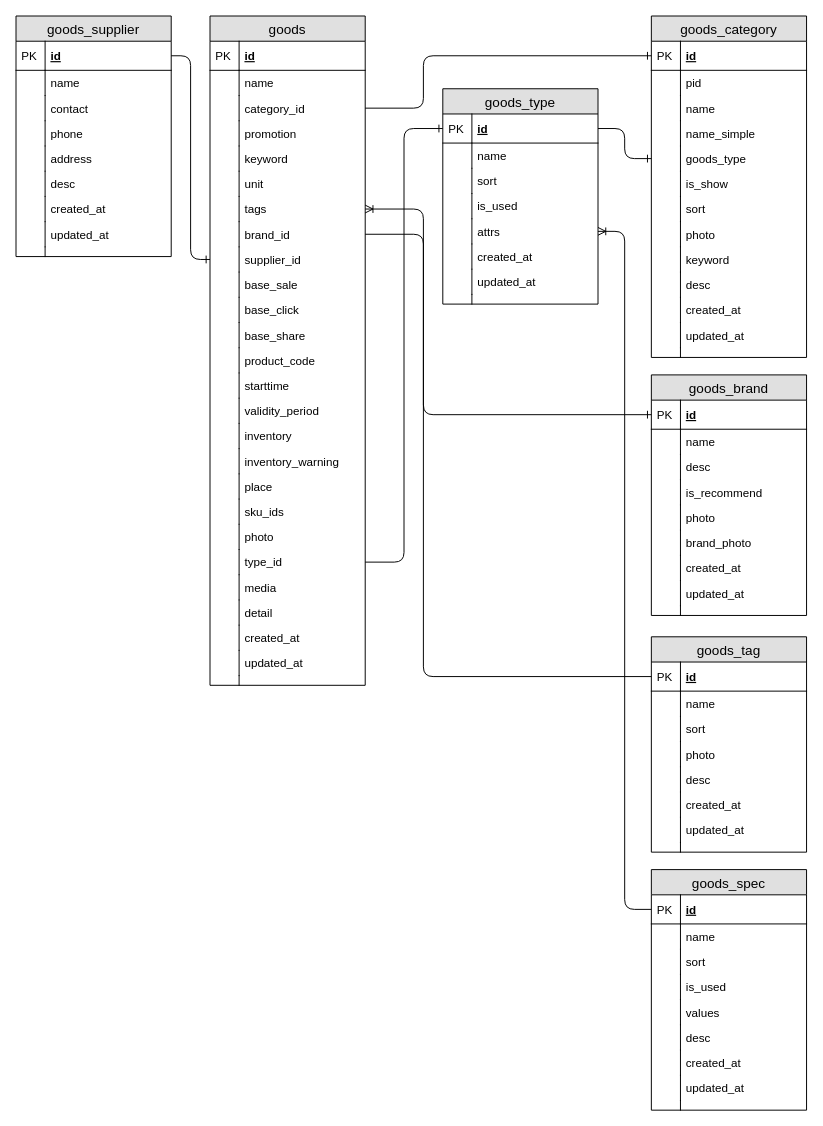
Before: 个人开源电商/littlemall_serivce_sql.drawio in wurh/myDesignDoc, a draw.io diagram. Source tidied: cells renumbered, new cells numbered last; positions are measured from the earlier drawing's top-left corner, leaving out a move shared by most shapes. Both pictures are drawn from the tidied source at 97%, with x=0, y=0 at pixel (16, 16).
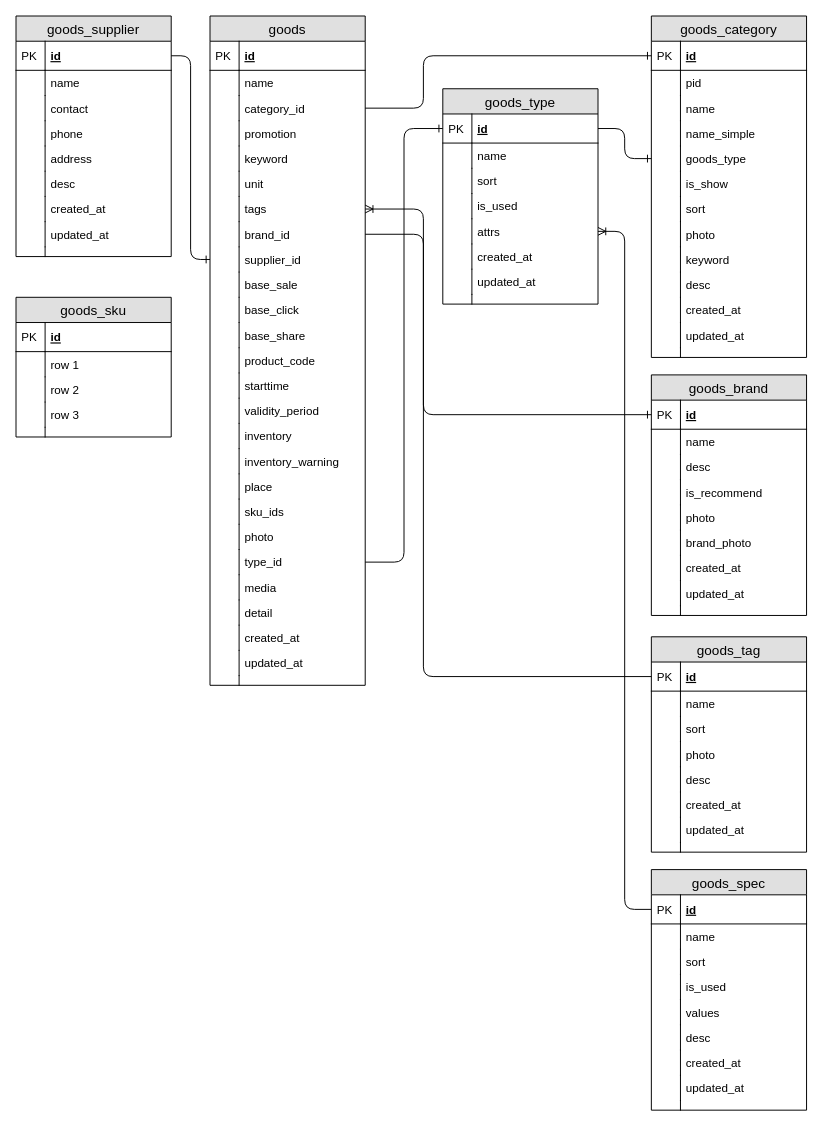
After the change.

What changed in the source:
```diff
@@
+    <mxCell id="180" value="goods_sku" style="swimlane;fontStyle=0;horizontal=1;startSize=26;fillColor=#e0e0e0;swimlaneFillColor=#ffffff;align=center;fontSize=14;" parent="1" vertex="1">
+      <mxGeometry y="290" width="160" height="144" as="geometry" />
+    </mxCell>
+    <mxCell id="181" value="id" style="shape=partialRectangle;top=0;left=0;right=0;bottom=1;align=left;verticalAlign=middle;fillColor=none;spacingLeft=34;spacingRight=4;overflow=hidden;fontStyle=5;fontSize=12;" parent="180" vertex="1">
+      <mxGeometry y="26" width="160" height="30" as="geometry" />
+    </mxCell>
+    <mxCell id="182" value="PK" style="shape=partialRectangle;top=0;left=0;bottom=0;fillColor=none;align=left;verticalAlign=middle;spacingLeft=4;spacingRight=4;overflow=hidden;fontSize=12;" parent="181" vertex="1">
+      <mxGeometry width="30" height="30" as="geometry" />
+    </mxCell>
+    <mxCell id="183" value="row 1" style="shape=partialRectangle;top=0;left=0;right=0;bottom=0;align=left;verticalAlign=top;fillColor=none;spacingLeft=34;spacingRight=4;overflow=hidden;fontSize=12;" parent="180" vertex="1">
+      <mxGeometry y="56" width="160" height="26" as="geometry" />
+    </mxCell>
+    <mxCell id="184" style="shape=partialRectangle;top=0;left=0;bottom=0;fillColor=none;align=left;verticalAlign=top;spacingLeft=4;spacingRight=4;overflow=hidden;fontSize=12;" parent="183" vertex="1">
+      <mxGeometry width="30" height="26" as="geometry" />
+    </mxCell>
+    <mxCell id="185" value="row 2" style="shape=partialRectangle;top=0;left=0;right=0;bottom=0;align=left;verticalAlign=top;fillColor=none;spacingLeft=34;spacingRight=4;overflow=hidden;fontSize=12;" parent="180" vertex="1">
+      <mxGeometry y="82" width="160" height="26" as="geometry" />
+    </mxCell>
+    <mxCell id="186" style="shape=partialRectangle;top=0;left=0;bottom=0;fillColor=none;align=left;verticalAlign=top;spacingLeft=4;spacingRight=4;overflow=hidden;fontSize=12;" parent="185" vertex="1">
+      <mxGeometry width="30" height="26" as="geometry" />
+    </mxCell>
+    <mxCell id="187" value="row 3" style="shape=partialRectangle;top=0;left=0;right=0;bottom=0;align=left;verticalAlign=top;fillColor=none;spacingLeft=34;spacingRight=4;overflow=hidden;fontSize=12;" parent="180" vertex="1">
+      <mxGeometry y="108" width="160" height="26" as="geometry" />
+    </mxCell>
+    <mxCell id="188" style="shape=partialRectangle;top=0;left=0;bottom=0;fillColor=none;align=left;verticalAlign=top;spacingLeft=4;spacingRight=4;overflow=hidden;fontSize=12;" parent="187" vertex="1">
+      <mxGeometry width="30" height="26" as="geometry" />
+    </mxCell>
+    <mxCell id="189" style="shape=partialRectangle;top=0;left=0;right=0;bottom=0;align=left;verticalAlign=top;fillColor=none;spacingLeft=34;spacingRight=4;overflow=hidden;fontSize=12;" parent="180" vertex="1">
+      <mxGeometry y="134" width="160" height="10" as="geometry" />
+    </mxCell>
+    <mxCell id="190" style="shape=partialRectangle;top=0;left=0;bottom=0;fillColor=none;align=left;verticalAlign=top;spacingLeft=4;spacingRight=4;overflow=hidden;fontSize=12;" parent="189" vertex="1">
+      <mxGeometry width="30" height="10" as="geometry" />
+    </mxCell>
```
